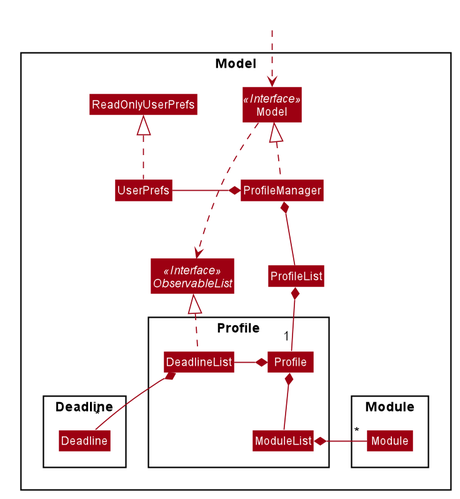
The PlantUML diagram docs/images/ModelClassDiagram.png in nus-cs2103-AY1920S2/addressbook-level3, before a commit.
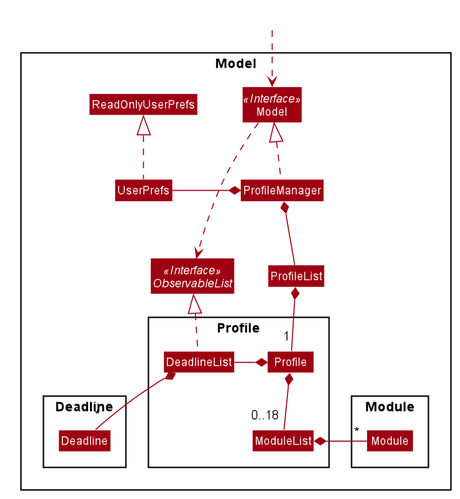
After the commit.

Commit message:
Add multiplicity to ModelClassDiagram

The edit, as a diff of the source:
```diff
@@ -88,7 +88,7 @@
 ProfileList *-- "1"Profile
 
 Profile *--right DeadlineList
-Profile *--down ModuleList
+Profile *--down "0..18" ModuleList
 DeadlineList ..up|> ObservableList
 ModuleList *--left "*" Module
 
```
